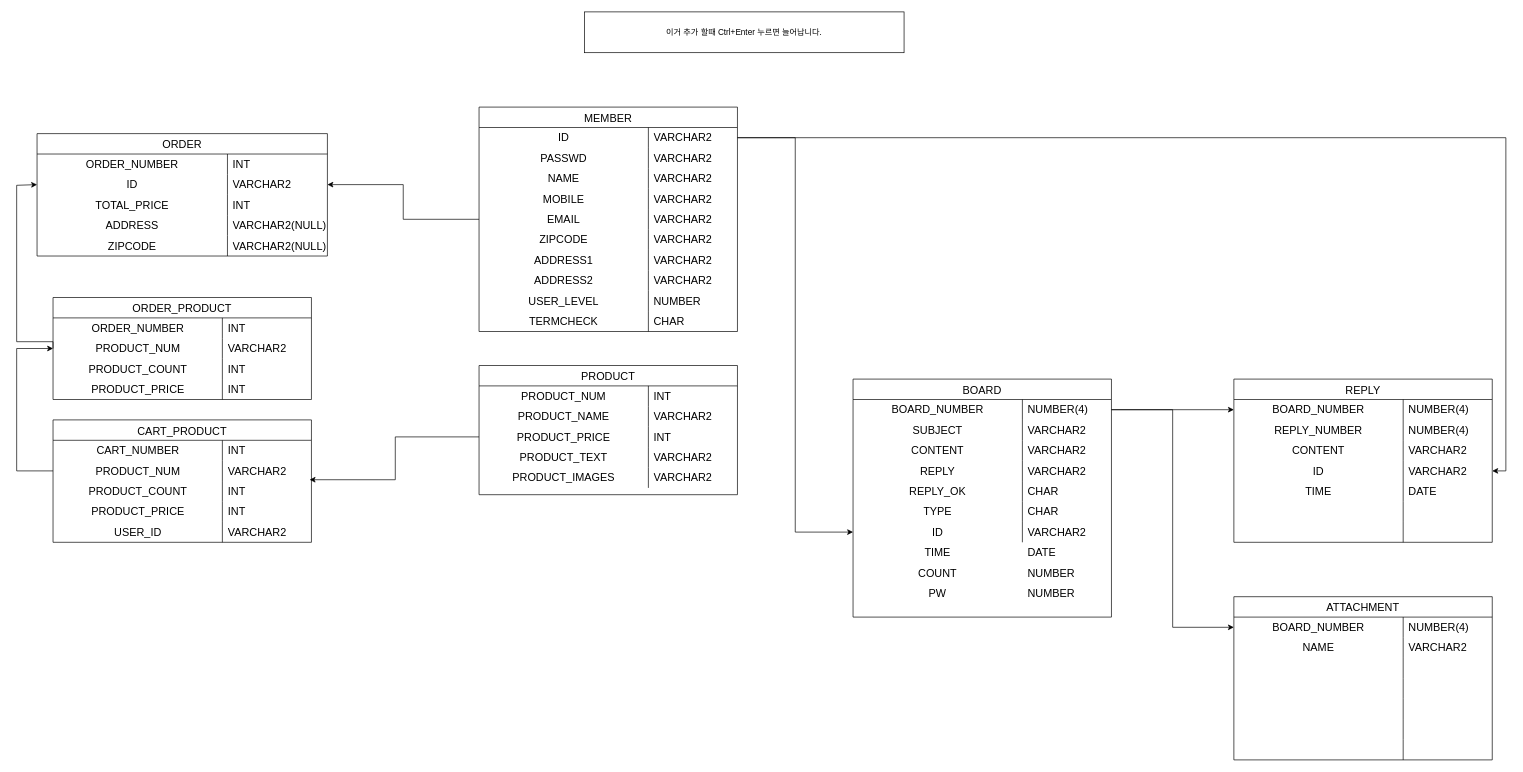
Above: 제목 없는 다이어그램.drawio in Rookies13/Senanam (draw.io), before the change. Source tidied: cells renumbered, new cells numbered last; positions are measured from the earlier drawing's top-left corner, leaving out a move shared by most shapes. Both pictures are drawn from the tidied source at 68%, with x=0, y=0 at pixel (16, 12).
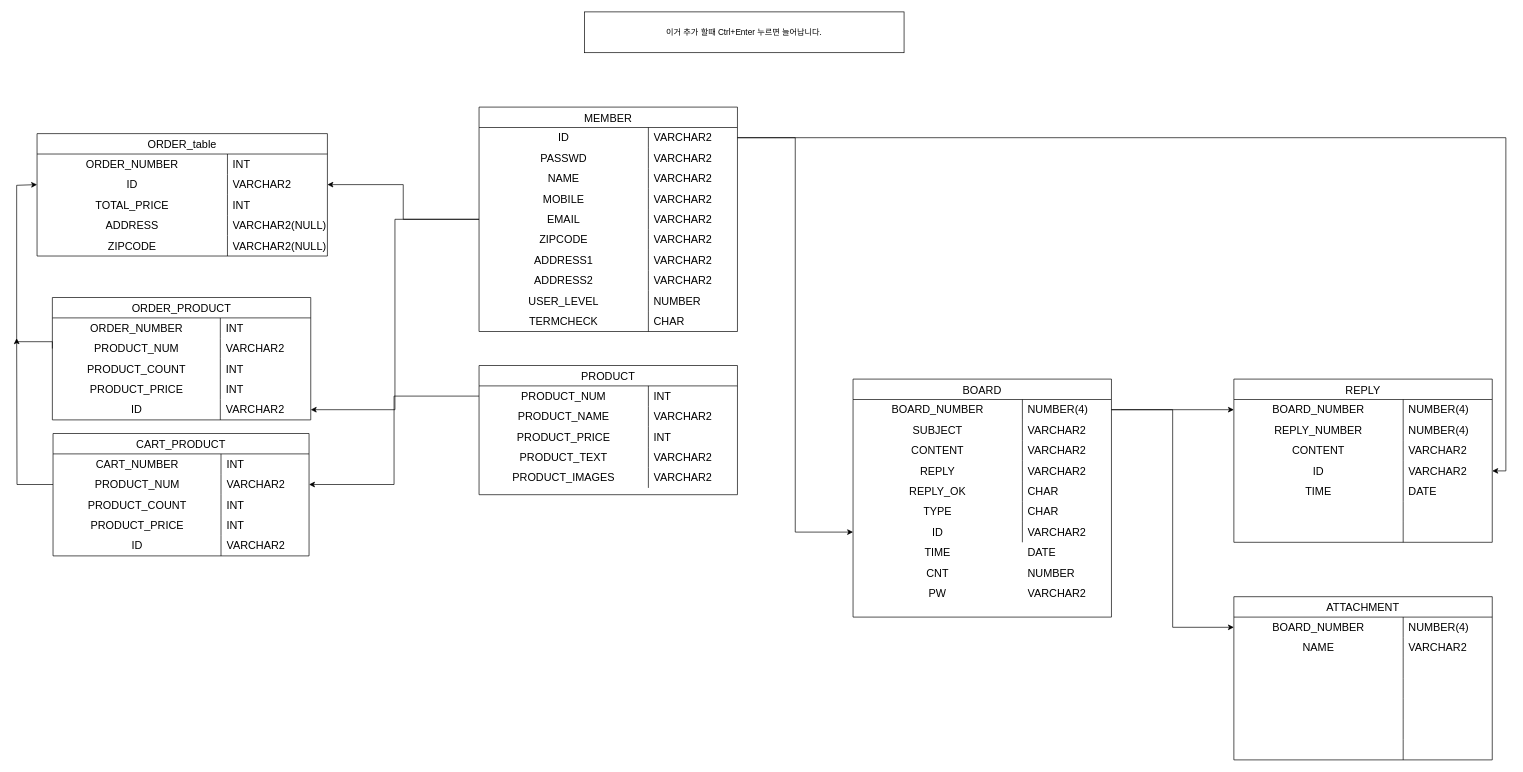
After the change.

Commit message:
제목 없는 다이어그램.drawio 업데이트

The change refers to these unchanged cells:
```xml
<mxCell id="15" style="shape=tableRow;horizontal=0;startSize=0;swimlaneHead=0;swimlaneBody=0;top=0;left=0;bottom=0;right=0;fillColor=none;points=[[0,0.5],[1,0.5]];portConstraint=eastwest;strokeColor=inherit;fontSize=16;" parent="2" vertex="1">
  <mxGeometry y="150" width="380" height="30" as="geometry" />
</mxCell>
<mxCell id="35" style="shape=tableRow;horizontal=0;startSize=0;swimlaneHead=0;swimlaneBody=0;top=0;left=0;bottom=0;right=0;fillColor=none;points=[[0,0.5],[1,0.5]];portConstraint=eastwest;strokeColor=inherit;fontSize=16;" parent="34" vertex="1">
  <mxGeometry y="30" width="380" height="30" as="geometry" />
</mxCell>
<mxCell id="41" style="shape=tableRow;horizontal=0;startSize=0;swimlaneHead=0;swimlaneBody=0;top=0;left=0;bottom=0;right=0;fillColor=none;points=[[0,0.5],[1,0.5]];portConstraint=eastwest;strokeColor=inherit;fontSize=16;" parent="34" vertex="1">
  <mxGeometry y="90" width="380" height="30" as="geometry" />
</mxCell>
<mxCell id="89" style="shape=tableRow;horizontal=0;startSize=0;swimlaneHead=0;swimlaneBody=0;top=0;left=0;bottom=0;right=0;fillColor=none;strokeColor=inherit;fontSize=16;" parent="88" vertex="1">
  <mxGeometry y="30" width="380" height="30" as="geometry" />
</mxCell>
<mxCell id="92" style="shape=tableRow;horizontal=0;startSize=0;swimlaneHead=0;swimlaneBody=0;top=0;left=0;bottom=0;right=0;fillColor=none;points=[[0,0.5],[1,0.5]];portConstraint=eastwest;strokeColor=inherit;fontSize=16;" parent="88" vertex="1">
  <mxGeometry y="60" width="380" height="30" as="geometry" />
</mxCell>
<mxCell id="95" style="shape=tableRow;horizontal=0;startSize=0;swimlaneHead=0;swimlaneBody=0;top=0;left=0;bottom=0;right=0;fillColor=none;strokeColor=inherit;fontSize=16;" parent="88" vertex="1">
  <mxGeometry y="90" width="380" height="30" as="geometry" />
</mxCell>
<mxCell id="98" style="shape=tableRow;horizontal=0;startSize=0;swimlaneHead=0;swimlaneBody=0;top=0;left=0;bottom=0;right=0;fillColor=none;strokeColor=inherit;fontSize=16;" parent="88" vertex="1">
  <mxGeometry y="120" width="380" height="30" as="geometry" />
</mxCell>
```

Diff of the diagram source:
```diff
@@
-    <mxCell id="72" value="ORDER" style="shape=table;startSize=30;childLayout=tableLayout;rowLines=0;fontStyle=0;strokeColor=default;fontSize=16;" parent="1" vertex="1">
+    <mxCell id="72" value="ORDER_table" style="shape=table;startSize=30;childLayout=tableLayout;rowLines=0;fontStyle=0;strokeColor=default;fontSize=16;" parent="1" vertex="1">
       <mxGeometry x="30" y="179" width="427" height="180" as="geometry" />
     </mxCell>
@@
     <mxCell id="88" value="ORDER_PRODUCT" style="shape=table;startSize=30;childLayout=tableLayout;rowLines=0;fontStyle=0;strokeColor=default;fontSize=16;" parent="1" vertex="1">
-      <mxGeometry x="53.5" y="420" width="380" height="150" as="geometry" />
+      <mxGeometry x="52.5" y="420" width="380" height="180" as="geometry" />
     </mxCell>
@@
     <mxCell id="90" value="ORDER_NUMBER" style="shape=partialRectangle;html=1;whiteSpace=wrap;fillColor=none;top=0;left=0;bottom=0;right=0;overflow=hidden;strokeColor=inherit;fontSize=16;" parent="89" vertex="1">
-      <mxGeometry width="249" height="30" as="geometry" />
+      <mxGeometry width="247" height="30" as="geometry" />
     </mxCell>
     <mxCell id="91" value="INT" style="shape=partialRectangle;html=1;whiteSpace=wrap;fillColor=none;top=0;left=0;bottom=0;right=0;align=left;spacingLeft=6;overflow=hidden;strokeColor=inherit;fontSize=16;" parent="89" vertex="1">
-      <mxGeometry x="249" width="131" height="30" as="geometry" />
+      <mxGeometry x="247" width="133" height="30" as="geometry" />
     </mxCell>
@@
     <mxCell id="93" value="PRODUCT_NUM" style="shape=partialRectangle;html=1;whiteSpace=wrap;fillColor=none;top=0;left=0;bottom=0;right=0;overflow=hidden;strokeColor=inherit;fontSize=16;" parent="92" vertex="1">
-      <mxGeometry width="249" height="30" as="geometry" />
+      <mxGeometry width="247" height="30" as="geometry" />
     </mxCell>
     <mxCell id="94" value="VARCHAR2" style="shape=partialRectangle;html=1;whiteSpace=wrap;fillColor=none;top=0;left=0;bottom=0;right=0;align=left;spacingLeft=6;overflow=hidden;strokeColor=inherit;fontSize=16;" parent="92" vertex="1">
-      <mxGeometry x="249" width="131" height="30" as="geometry" />
+      <mxGeometry x="247" width="133" height="30" as="geometry" />
     </mxCell>
@@
     <mxCell id="96" value="PRODUCT_COUNT" style="shape=partialRectangle;html=1;whiteSpace=wrap;fillColor=none;top=0;left=0;bottom=0;right=0;overflow=hidden;strokeColor=inherit;fontSize=16;" parent="95" vertex="1">
-      <mxGeometry width="249" height="30" as="geometry" />
+      <mxGeometry width="247" height="30" as="geometry" />
     </mxCell>
     <mxCell id="97" value="INT" style="shape=partialRectangle;html=1;whiteSpace=wrap;fillColor=none;top=0;left=0;bottom=0;right=0;align=left;spacingLeft=6;overflow=hidden;strokeColor=inherit;fontSize=16;" parent="95" vertex="1">
-      <mxGeometry x="249" width="131" height="30" as="geometry" />
+      <mxGeometry x="247" width="133" height="30" as="geometry" />
     </mxCell>
@@
     <mxCell id="99" value="PRODUCT_PRICE" style="shape=partialRectangle;html=1;whiteSpace=wrap;fillColor=none;top=0;left=0;bottom=0;right=0;overflow=hidden;strokeColor=inherit;fontSize=16;" parent="98" vertex="1">
-      <mxGeometry width="249" height="30" as="geometry" />
+      <mxGeometry width="247" height="30" as="geometry" />
     </mxCell>
     <mxCell id="100" value="INT" style="shape=partialRectangle;html=1;whiteSpace=wrap;fillColor=none;top=0;left=0;bottom=0;right=0;align=left;spacingLeft=6;overflow=hidden;strokeColor=inherit;fontSize=16;" parent="98" vertex="1">
-      <mxGeometry x="249" width="131" height="30" as="geometry" />
+      <mxGeometry x="247" width="133" height="30" as="geometry" />
     </mxCell>
+    <mxCell id="175" style="shape=tableRow;horizontal=0;startSize=0;swimlaneHead=0;swimlaneBody=0;top=0;left=0;bottom=0;right=0;fillColor=none;points=[[0,0.5],[1,0.5]];portConstraint=eastwest;strokeColor=inherit;fontSize=16;" parent="88" vertex="1">
+      <mxGeometry y="150" width="380" height="30" as="geometry" />
+    </mxCell>
+    <mxCell id="176" value="ID" style="shape=partialRectangle;html=1;whiteSpace=wrap;fillColor=none;top=0;left=0;bottom=0;right=0;overflow=hidden;strokeColor=inherit;fontSize=16;" parent="175" vertex="1">
+      <mxGeometry width="247" height="30" as="geometry" />
+    </mxCell>
+    <mxCell id="177" value="VARCHAR2" style="shape=partialRectangle;html=1;whiteSpace=wrap;fillColor=none;top=0;left=0;bottom=0;right=0;align=left;spacingLeft=6;overflow=hidden;strokeColor=inherit;fontSize=16;" parent="175" vertex="1">
+      <mxGeometry x="247" width="133" height="30" as="geometry" />
+    </mxCell>
@@
-    <mxCell id="106" value="COUNT" style="shape=partialRectangle;html=1;whiteSpace=wrap;fillColor=none;top=0;left=0;bottom=0;right=0;overflow=hidden;strokeColor=inherit;fontSize=16;" parent="1" vertex="1">
+    <mxCell id="106" value="CNT" style="shape=partialRectangle;html=1;whiteSpace=wrap;fillColor=none;top=0;left=0;bottom=0;right=0;overflow=hidden;strokeColor=inherit;fontSize=16;" parent="1" vertex="1">
       <mxGeometry x="1230" y="810" width="249" height="30" as="geometry" />
     </mxCell>
@@
-    <mxCell id="133" value="NUMBER" style="shape=partialRectangle;html=1;whiteSpace=wrap;fillColor=none;top=0;left=0;bottom=0;right=0;align=left;spacingLeft=6;overflow=hidden;strokeColor=inherit;fontSize=16;" parent="1" vertex="1">
+    <mxCell id="133" value="VARCHAR2" style="shape=partialRectangle;html=1;whiteSpace=wrap;fillColor=none;top=0;left=0;bottom=0;right=0;align=left;spacingLeft=6;overflow=hidden;strokeColor=inherit;fontSize=16;" parent="1" vertex="1">
       <mxGeometry x="1479" y="840" width="131" height="30" as="geometry" />
     </mxCell>
@@
     <mxCell id="157" value="CART_PRODUCT" style="shape=table;startSize=30;childLayout=tableLayout;rowLines=0;fontStyle=0;strokeColor=default;fontSize=16;" parent="1" vertex="1">
-      <mxGeometry x="53.5" y="600" width="380" height="180" as="geometry" />
+      <mxGeometry x="53.5" y="620" width="376.5" height="180" as="geometry" />
     </mxCell>
     <mxCell id="158" style="shape=tableRow;horizontal=0;startSize=0;swimlaneHead=0;swimlaneBody=0;top=0;left=0;bottom=0;right=0;fillColor=none;strokeColor=inherit;fontSize=16;" parent="157" vertex="1">
-      <mxGeometry y="30" width="380" height="30" as="geometry" />
+      <mxGeometry y="30" width="376.5" height="30" as="geometry" />
     </mxCell>
     <mxCell id="159" value="CART_NUMBER" style="shape=partialRectangle;html=1;whiteSpace=wrap;fillColor=none;top=0;left=0;bottom=0;right=0;overflow=hidden;strokeColor=inherit;fontSize=16;" parent="158" vertex="1">
-      <mxGeometry width="249" height="30" as="geometry" />
+      <mxGeometry width="247" height="30" as="geometry" />
     </mxCell>
     <mxCell id="160" value="INT" style="shape=partialRectangle;html=1;whiteSpace=wrap;fillColor=none;top=0;left=0;bottom=0;right=0;align=left;spacingLeft=6;overflow=hidden;strokeColor=inherit;fontSize=16;" parent="158" vertex="1">
-      <mxGeometry x="249" width="131" height="30" as="geometry" />
+      <mxGeometry x="247" width="130" height="30" as="geometry" />
     </mxCell>
     <mxCell id="161" style="shape=tableRow;horizontal=0;startSize=0;swimlaneHead=0;swimlaneBody=0;top=0;left=0;bottom=0;right=0;fillColor=none;points=[[0,0.5],[1,0.5]];portConstraint=eastwest;strokeColor=inherit;fontSize=16;" parent="157" vertex="1">
-      <mxGeometry y="60" width="380" height="30" as="geometry" />
+      <mxGeometry y="60" width="376.5" height="30" as="geometry" />
     </mxCell>
     <mxCell id="162" value="PRODUCT_NUM" style="shape=partialRectangle;html=1;whiteSpace=wrap;fillColor=none;top=0;left=0;bottom=0;right=0;overflow=hidden;strokeColor=inherit;fontSize=16;" parent="161" vertex="1">
-      <mxGeometry width="249" height="30" as="geometry" />
+      <mxGeometry width="247" height="30" as="geometry" />
     </mxCell>
     <mxCell id="163" value="VARCHAR2" style="shape=partialRectangle;html=1;whiteSpace=wrap;fillColor=none;top=0;left=0;bottom=0;right=0;align=left;spacingLeft=6;overflow=hidden;strokeColor=inherit;fontSize=16;" parent="161" vertex="1">
-      <mxGeometry x="249" width="131" height="30" as="geometry" />
+      <mxGeometry x="247" width="130" height="30" as="geometry" />
     </mxCell>
     <mxCell id="164" style="shape=tableRow;horizontal=0;startSize=0;swimlaneHead=0;swimlaneBody=0;top=0;left=0;bottom=0;right=0;fillColor=none;points=[[0,0.5],[1,0.5]];portConstraint=eastwest;strokeColor=inherit;fontSize=16;" parent="157" vertex="1">
-      <mxGeometry y="90" width="380" height="30" as="geometry" />
+      <mxGeometry y="90" width="376.5" height="30" as="geometry" />
     </mxCell>
     <mxCell id="165" value="PRODUCT_COUNT" style="shape=partialRectangle;html=1;whiteSpace=wrap;fillColor=none;top=0;left=0;bottom=0;right=0;overflow=hidden;strokeColor=inherit;fontSize=16;" parent="164" vertex="1">
-      <mxGeometry width="249" height="30" as="geometry" />
+      <mxGeometry width="247" height="30" as="geometry" />
     </mxCell>
     <mxCell id="166" value="INT" style="shape=partialRectangle;html=1;whiteSpace=wrap;fillColor=none;top=0;left=0;bottom=0;right=0;align=left;spacingLeft=6;overflow=hidden;strokeColor=inherit;fontSize=16;" parent="164" vertex="1">
-      <mxGeometry x="249" width="131" height="30" as="geometry" />
+      <mxGeometry x="247" width="130" height="30" as="geometry" />
     </mxCell>
     <mxCell id="167" style="shape=tableRow;horizontal=0;startSize=0;swimlaneHead=0;swimlaneBody=0;top=0;left=0;bottom=0;right=0;fillColor=none;strokeColor=inherit;fontSize=16;" parent="157" vertex="1">
-      <mxGeometry y="120" width="380" height="30" as="geometry" />
+      <mxGeometry y="120" width="376.5" height="30" as="geometry" />
     </mxCell>
     <mxCell id="168" value="PRODUCT_PRICE" style="shape=partialRectangle;html=1;whiteSpace=wrap;fillColor=none;top=0;left=0;bottom=0;right=0;overflow=hidden;strokeColor=inherit;fontSize=16;" parent="167" vertex="1">
-      <mxGeometry width="249" height="30" as="geometry" />
+      <mxGeometry width="247" height="30" as="geometry" />
     </mxCell>
     <mxCell id="169" value="INT" style="shape=partialRectangle;html=1;whiteSpace=wrap;fillColor=none;top=0;left=0;bottom=0;right=0;align=left;spacingLeft=6;overflow=hidden;strokeColor=inherit;fontSize=16;" parent="167" vertex="1">
-      <mxGeometry x="249" width="131" height="30" as="geometry" />
+      <mxGeometry x="247" width="130" height="30" as="geometry" />
     </mxCell>
     <mxCell id="170" style="shape=tableRow;horizontal=0;startSize=0;swimlaneHead=0;swimlaneBody=0;top=0;left=0;bottom=0;right=0;fillColor=none;strokeColor=inherit;fontSize=16;" parent="157" vertex="1">
-      <mxGeometry y="150" width="380" height="30" as="geometry" />
+      <mxGeometry y="150" width="376.5" height="30" as="geometry" />
     </mxCell>
-    <mxCell id="171" value="USER_ID" style="shape=partialRectangle;html=1;whiteSpace=wrap;fillColor=none;top=0;left=0;bottom=0;right=0;overflow=hidden;strokeColor=inherit;fontSize=16;" parent="170" vertex="1">
-      <mxGeometry width="249" height="30" as="geometry" />
+    <mxCell id="171" value="ID" style="shape=partialRectangle;html=1;whiteSpace=wrap;fillColor=none;top=0;left=0;bottom=0;right=0;overflow=hidden;strokeColor=inherit;fontSize=16;" parent="170" vertex="1">
+      <mxGeometry width="247" height="30" as="geometry" />
     </mxCell>
     <mxCell id="172" value="VARCHAR2" style="shape=partialRectangle;html=1;whiteSpace=wrap;fillColor=none;top=0;left=0;bottom=0;right=0;align=left;spacingLeft=6;overflow=hidden;strokeColor=inherit;fontSize=16;" parent="170" vertex="1">
-      <mxGeometry x="249" width="131" height="30" as="geometry" />
+      <mxGeometry x="247" width="130" height="30" as="geometry" />
     </mxCell>
-    <mxCell id="173" style="edgeStyle=orthogonalEdgeStyle;rounded=0;jettySize=auto;html=1;entryX=0.993;entryY=-0.067;entryDx=0;entryDy=0;entryPerimeter=0;" parent="1" edge="1" source="41" target="164">
-      <mxGeometry relative="1" as="geometry" />
-    </mxCell>
-    <mxCell id="174" style="edgeStyle=orthogonalEdgeStyle;rounded=0;jettySize=auto;html=1;entryX=0;entryY=0.5;entryDx=0;entryDy=0;" parent="1" edge="1" source="161" target="92">
-      <mxGeometry relative="1" as="geometry">
-        <Array as="points">
-          <mxPoint y="675" />
-          <mxPoint y="495" />
-        </Array>
-      </mxGeometry>
-    </mxCell>
+    <mxCell id="178" style="edgeStyle=orthogonalEdgeStyle;rounded=0;jettySize=auto;html=1;entryX=1;entryY=0.5;entryDx=0;entryDy=0;" parent="1" edge="1" source="15" target="175">
+      <mxGeometry relative="1" as="geometry" />
+    </mxCell>
+    <mxCell id="179" style="edgeStyle=orthogonalEdgeStyle;rounded=0;jettySize=auto;html=1;exitX=0;exitY=0.5;exitDx=0;exitDy=0;entryX=1;entryY=0.5;entryDx=0;entryDy=0;" parent="1" edge="1" source="35" target="161">
+      <mxGeometry relative="1" as="geometry" />
+    </mxCell>
+    <mxCell id="180" style="edgeStyle=orthogonalEdgeStyle;rounded=0;jettySize=auto;html=1;" parent="1" edge="1" source="161">
+      <mxGeometry relative="1" as="geometry">
+        <mxPoint y="480" as="targetPoint" />
+      </mxGeometry>
+    </mxCell>
```
